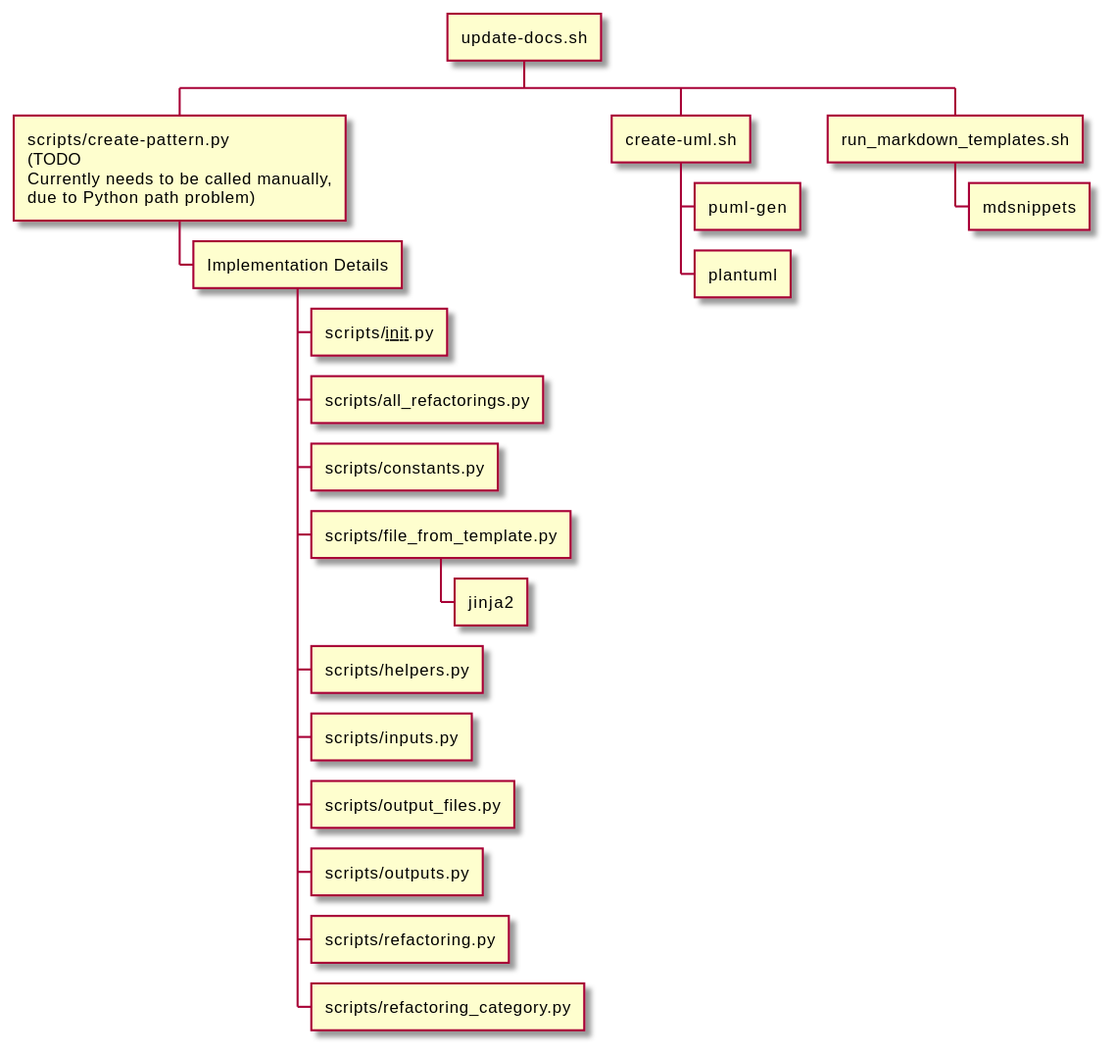
This is uml/Scripts/Scripts.svg from claremacrae/RefactoringSamples, a PlantUML export, as it was before one commit.
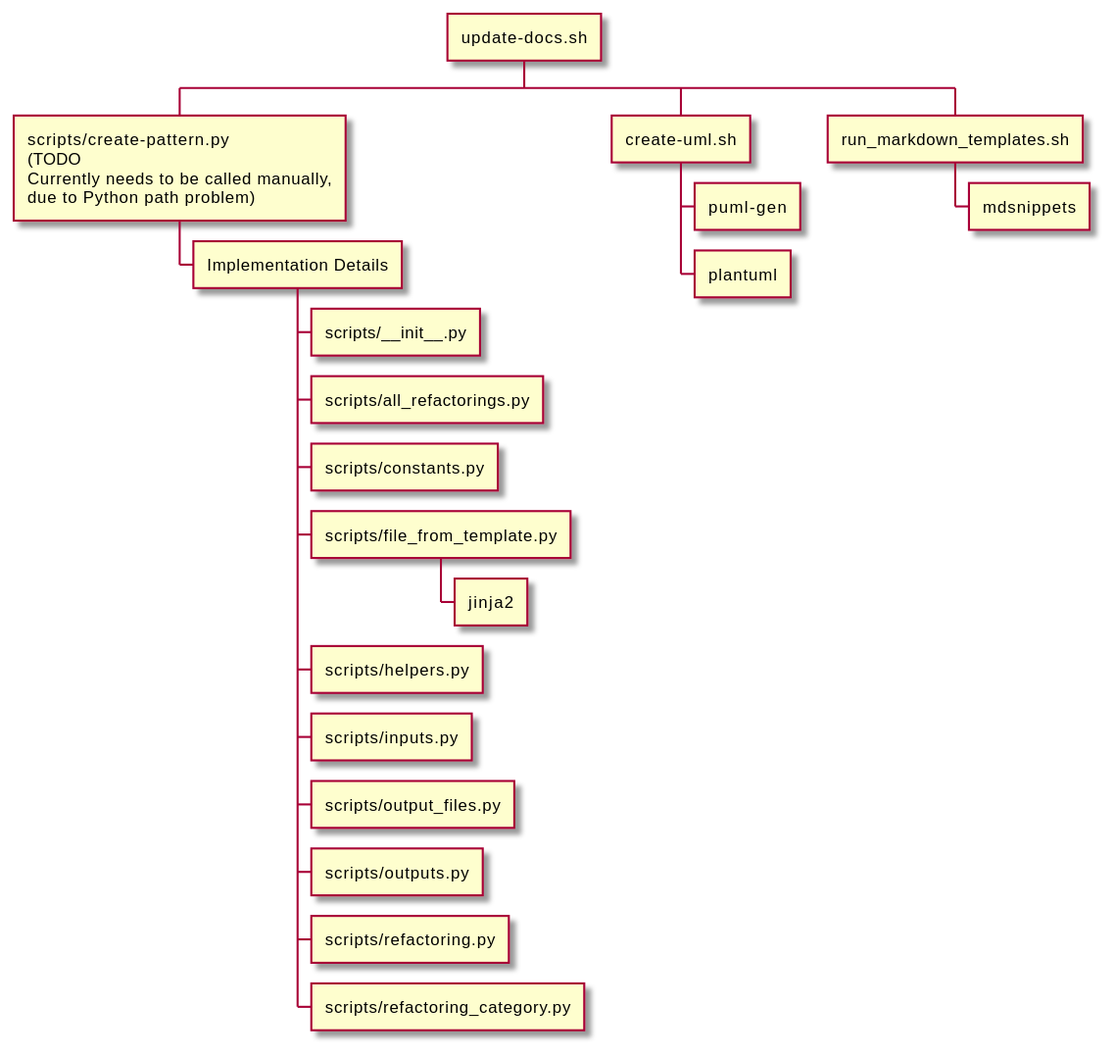
The same diagram one commit later.

Commit message:
Remove underline formatting of __init__.py in Plantuml

Change to the diagram source:
```diff
@@ -3,7 +3,7 @@
 * update-docs.sh
 ** scripts/create-pattern.py\n(TODO\nCurrently needs to be called manually,\ndue to Python path problem)
 *** Implementation Details
-**** scripts/__init__.py
+**** scripts/~__init__.py
 **** scripts/all_refactorings.py
 **** scripts/constants.py
 **** scripts/file_from_template.py
```
